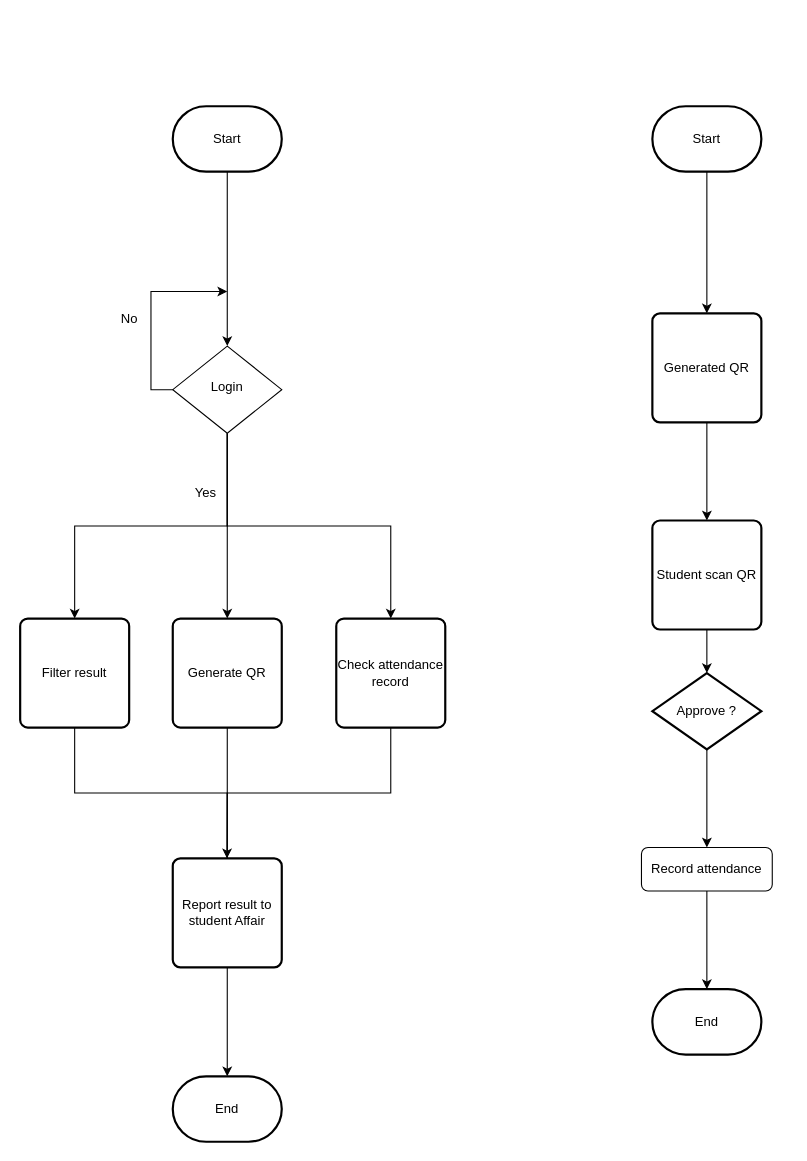
The draw.io diagram Flowchat.drawio in KhunMaungNgwee/InternShipProject, before the edit. Source tidied: cells renumbered, new cells numbered last; positions are measured from the earlier drawing's top-left corner, leaving out a move shared by most shapes. Both pictures are drawn from the tidied source at 109%, with x=0, y=0 at pixel (20, 106).
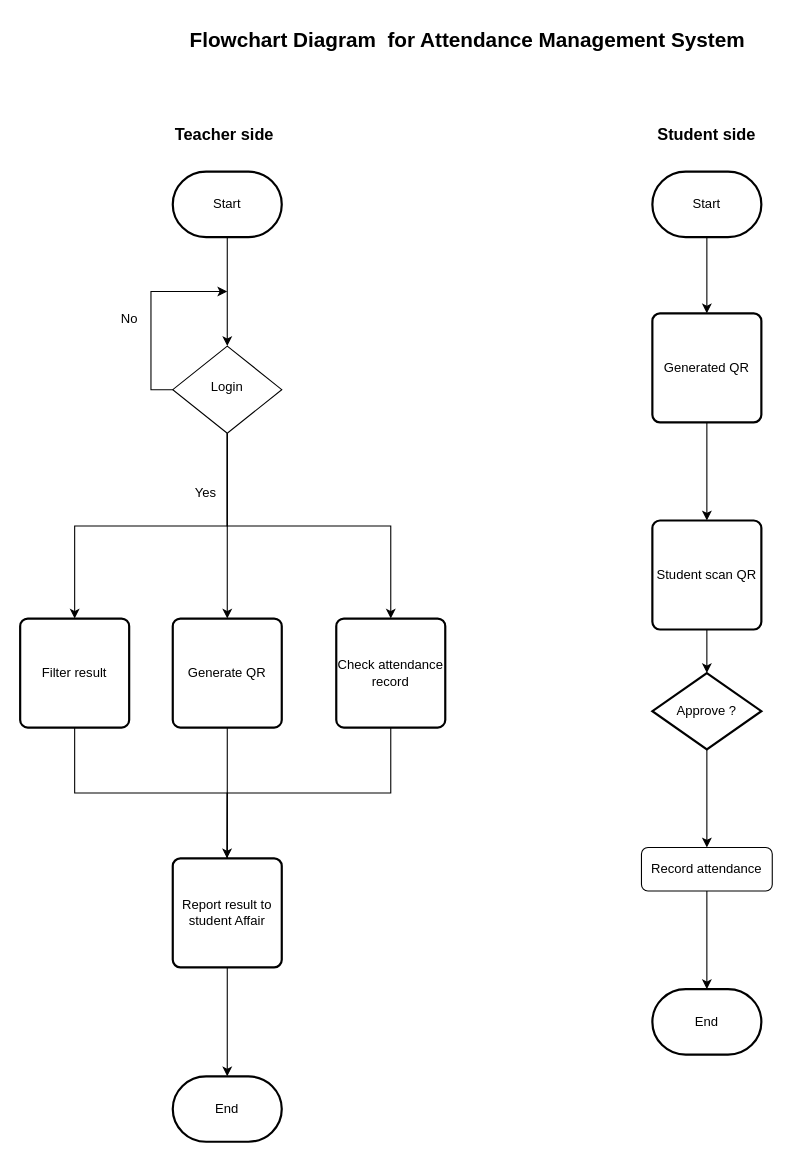
Above is the later version.

What changed in the source:
```diff
@@
     <mxCell id="9" value="Start" style="strokeWidth=2;html=1;shape=mxgraph.flowchart.terminator;whiteSpace=wrap;" parent="1" vertex="1">
-      <mxGeometry x="140" width="100" height="60" as="geometry" />
+      <mxGeometry x="140" y="60" width="100" height="60" as="geometry" />
     </mxCell>
@@
     <mxCell id="29" value="Start" style="strokeWidth=2;html=1;shape=mxgraph.flowchart.terminator;whiteSpace=wrap;" parent="1" vertex="1">
-      <mxGeometry x="580" width="100" height="60" as="geometry" />
+      <mxGeometry x="580" y="60" width="100" height="60" as="geometry" />
     </mxCell>
@@
+    <mxCell id="32" value="&amp;nbsp;Teacher side" style="text;html=1;align=center;verticalAlign=middle;strokeColor=none;fillColor=none;fontSize=15;fontStyle=1;" parent="1" vertex="1">
+      <mxGeometry x="130" y="10" width="110" height="30" as="geometry" />
+    </mxCell>
+    <mxCell id="33" value="Student side" style="text;strokeColor=none;align=center;fillColor=none;html=1;verticalAlign=middle;whiteSpace=wrap;rounded=0;fontSize=15;fontStyle=1;" parent="1" vertex="1">
+      <mxGeometry x="555" y="10" width="150" height="30" as="geometry" />
+    </mxCell>
+    <mxCell id="34" value="Flowchart Diagram&amp;nbsp; for Attendance Management System" style="text;html=1;align=center;verticalAlign=middle;strokeColor=none;fillColor=none;fontSize=19;fontStyle=1;" parent="1" vertex="1">
+      <mxGeometry x="160" y="-80" width="500" height="40" as="geometry" />
+    </mxCell>
```
